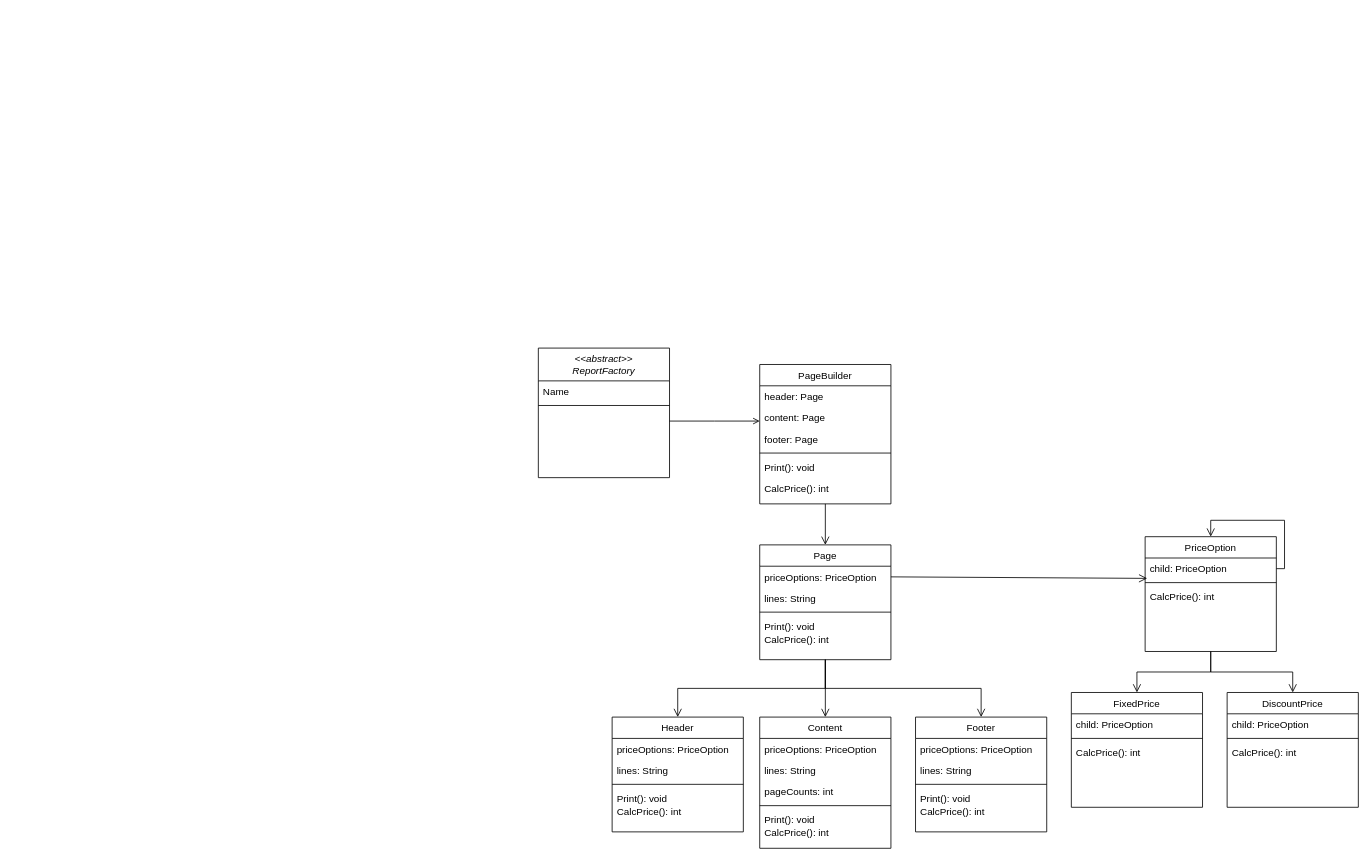
Earlier version of the draw.io diagram ClassDiagram.drawio (psg9790/ReportProgram). Source tidied: cells renumbered, new cells numbered last; positions are measured from the earlier drawing's top-left corner, leaving out a move shared by most shapes. Both pictures are drawn from the tidied source at 82%, with x=0, y=0 at pixel (538, 348).
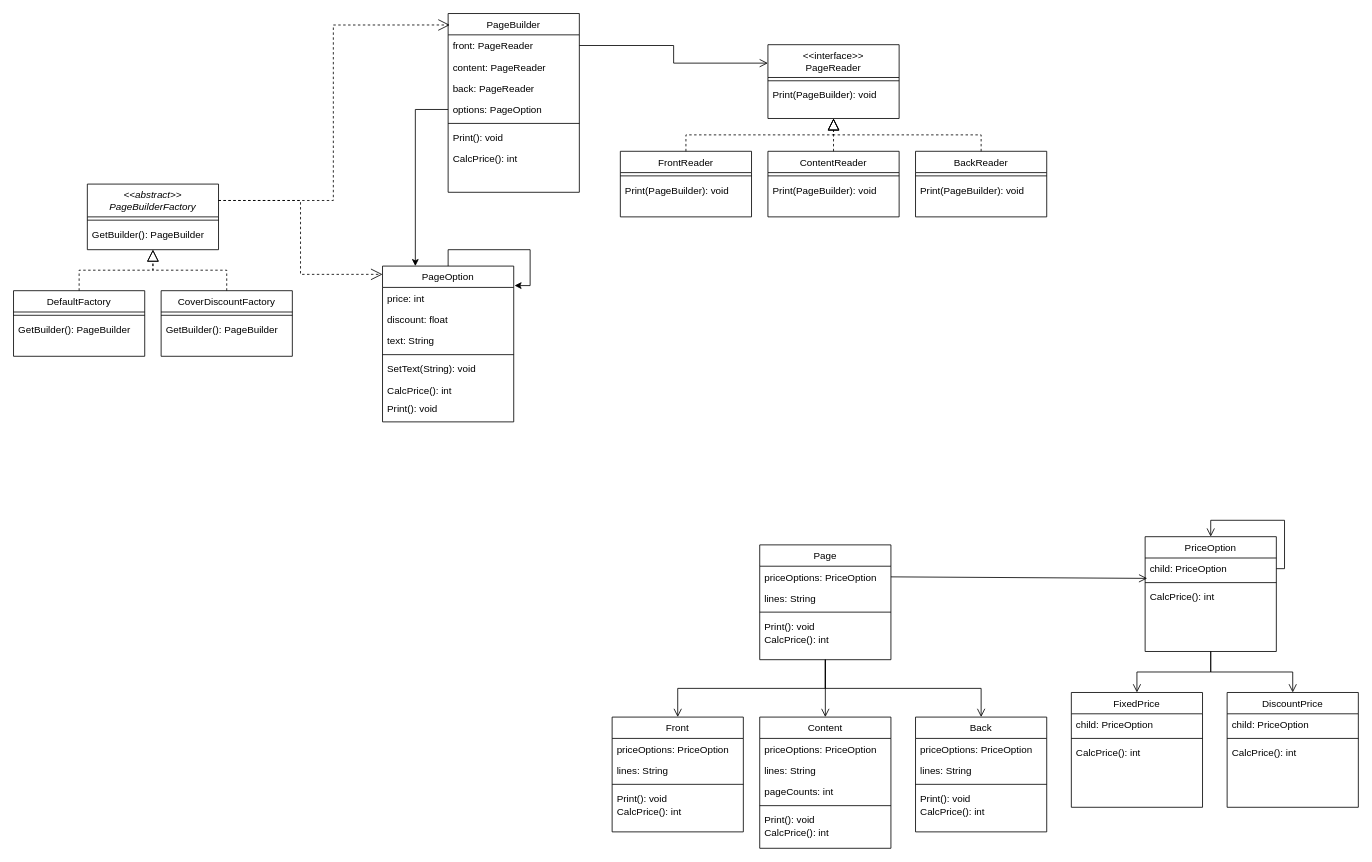
After the change.

The change refers to these unchanged cells:
```xml
<mxCell id="13" value="Page" style="swimlane;fontStyle=0;align=center;verticalAlign=top;horizontal=1;startSize=26;rounded=0;shadow=0;strokeWidth=1;" parent="1" vertex="1">
  <mxGeometry x="270" y="240" width="160" height="140" as="geometry" />
</mxCell>
```

Diff of the diagram source:
```diff
@@
-    <mxCell id="2" value="&lt;&lt;abstract&gt;&gt;&#10;ReportFactory" style="swimlane;fontStyle=2;align=center;verticalAlign=top;horizontal=1;startSize=40;rounded=0;shadow=0;strokeWidth=1;" parent="1" vertex="1">
-      <mxGeometry width="160" height="158" as="geometry" />
+    <mxCell id="2" value="&lt;&lt;abstract&gt;&gt;&#10;PageBuilderFactory" style="swimlane;fontStyle=2;align=center;verticalAlign=top;horizontal=1;startSize=40;rounded=0;shadow=0;strokeWidth=1;" parent="1" vertex="1">
+      <mxGeometry x="-550" y="-200" width="160" height="80" as="geometry" />
     </mxCell>
-    <mxCell id="3" value="Name" style="text;align=left;verticalAlign=top;spacingLeft=4;spacingRight=4;overflow=hidden;" parent="2" vertex="1">
-      <mxGeometry y="40" width="160" height="26" as="geometry" />
-    </mxCell>
     <mxCell id="4" style="line;html=1;strokeWidth=1;align=left;verticalAlign=middle;spacingTop=-1;spacingLeft=3;spacingRight=3;labelPosition=right;" parent="2" vertex="1">
-      <mxGeometry y="66" width="160" height="8" as="geometry" />
+      <mxGeometry y="40" width="160" height="8" as="geometry" />
     </mxCell>
+    <mxCell id="58" value="GetBuilder(): PageBuilder" style="text;align=left;verticalAlign=top;spacingLeft=4;spacingRight=4;overflow=hidden;" parent="2" vertex="1">
+      <mxGeometry y="48" width="160" height="26" as="geometry" />
+    </mxCell>
     <mxCell id="5" value="PageBuilder" style="swimlane;fontStyle=0;align=center;verticalAlign=top;horizontal=1;startSize=26;rounded=0;shadow=0;strokeWidth=1;" parent="1" vertex="1">
-      <mxGeometry x="270" y="20" width="160" height="170" as="geometry" />
+      <mxGeometry x="-110" y="-408" width="160" height="218" as="geometry" />
     </mxCell>
-    <mxCell id="6" value="header: Page" style="text;align=left;verticalAlign=top;spacingLeft=4;spacingRight=4;overflow=hidden;points=[[0,0.5],[1,0.5]];portConstraint=eastwest;" parent="5" vertex="1">
+    <mxCell id="6" value="front: PageReader" style="text;align=left;verticalAlign=top;spacingLeft=4;spacingRight=4;overflow=hidden;points=[[0,0.5],[1,0.5]];portConstraint=eastwest;" parent="5" vertex="1">
       <mxGeometry y="26" width="160" height="26" as="geometry" />
     </mxCell>
-    <mxCell id="7" value="content: Page" style="text;align=left;verticalAlign=top;spacingLeft=4;spacingRight=4;overflow=hidden;rounded=0;shadow=0;html=0;" parent="5" vertex="1">
+    <mxCell id="7" value="content: PageReader" style="text;align=left;verticalAlign=top;spacingLeft=4;spacingRight=4;overflow=hidden;rounded=0;shadow=0;html=0;" parent="5" vertex="1">
       <mxGeometry y="52" width="160" height="26" as="geometry" />
     </mxCell>
-    <mxCell id="8" value="footer: Page" style="text;align=left;verticalAlign=top;spacingLeft=4;spacingRight=4;overflow=hidden;rounded=0;shadow=0;html=0;" parent="5" vertex="1">
+    <mxCell id="8" value="back: PageReader" style="text;align=left;verticalAlign=top;spacingLeft=4;spacingRight=4;overflow=hidden;rounded=0;shadow=0;html=0;" parent="5" vertex="1">
       <mxGeometry y="78" width="160" height="26" as="geometry" />
     </mxCell>
+    <mxCell id="59" value="options: PageOption" style="text;align=left;verticalAlign=top;spacingLeft=4;spacingRight=4;overflow=hidden;points=[[0,0.5],[1,0.5]];portConstraint=eastwest;rounded=0;shadow=0;html=0;" parent="5" vertex="1">
+      <mxGeometry y="104" width="160" height="26" as="geometry" />
+    </mxCell>
     <mxCell id="9" style="line;html=1;strokeWidth=1;align=left;verticalAlign=middle;spacingTop=-1;spacingLeft=3;spacingRight=3;labelPosition=right;" parent="5" vertex="1">
-      <mxGeometry y="104" width="160" height="8" as="geometry" />
+      <mxGeometry y="130" width="160" height="8" as="geometry" />
     </mxCell>
     <mxCell id="10" value="Print(): void" style="text;align=left;verticalAlign=top;spacingLeft=4;spacingRight=4;overflow=hidden;" parent="5" vertex="1">
-      <mxGeometry y="112" width="160" height="26" as="geometry" />
+      <mxGeometry y="138" width="160" height="26" as="geometry" />
     </mxCell>
     <mxCell id="11" value="CalcPrice(): int" style="text;align=left;verticalAlign=top;spacingLeft=4;spacingRight=4;overflow=hidden;" parent="5" vertex="1">
-      <mxGeometry y="138" width="160" height="22" as="geometry" />
+      <mxGeometry y="164" width="160" height="22" as="geometry" />
     </mxCell>
-    <mxCell id="12" style="endArrow=open;shadow=0;strokeWidth=1;rounded=0;endFill=1;edgeStyle=elbowEdgeStyle;elbow=vertical;" parent="1" edge="1" source="2" target="5">
-      <mxGeometry x="0.5" y="41" relative="1" as="geometry">
-        <mxPoint x="-40" y="32" as="offset" />
-      </mxGeometry>
-    </mxCell>
@@
-    <mxCell id="19" value="Header" style="swimlane;fontStyle=0;align=center;verticalAlign=top;horizontal=1;startSize=26;rounded=0;shadow=0;strokeWidth=1;" parent="1" vertex="1">
+    <mxCell id="19" value="Front" style="swimlane;fontStyle=0;align=center;verticalAlign=top;horizontal=1;startSize=26;rounded=0;shadow=0;strokeWidth=1;" parent="1" vertex="1">
       <mxGeometry x="90" y="450" width="160" height="140" as="geometry" />
     </mxCell>
@@
-    <mxCell id="32" value="Footer" style="swimlane;fontStyle=0;align=center;verticalAlign=top;horizontal=1;startSize=26;rounded=0;shadow=0;strokeWidth=1;" parent="1" vertex="1">
+    <mxCell id="32" value="Back" style="swimlane;fontStyle=0;align=center;verticalAlign=top;horizontal=1;startSize=26;rounded=0;shadow=0;strokeWidth=1;" parent="1" vertex="1">
       <mxGeometry x="460" y="450" width="160" height="140" as="geometry" />
     </mxCell>
@@
-    <mxCell id="51" style="endArrow=open;startArrow=none;endFill=0;startFill=0;endSize=8;html=1;verticalAlign=bottom;labelBackgroundColor=none;strokeWidth=1;rounded=0;entryX=0.5;entryY=0;entryDx=0;entryDy=0;exitX=0.5;exitY=1;exitDx=0;exitDy=0;" parent="1" edge="1" source="5" target="13">
-      <mxGeometry relative="1" as="geometry" />
-    </mxCell>
@@
+    <mxCell id="60" value="&lt;&lt;interface&gt;&gt;&#10;PageReader" style="swimlane;fontStyle=0;align=center;verticalAlign=top;horizontal=1;startSize=40;rounded=0;shadow=0;strokeWidth=1;" parent="1" vertex="1">
+      <mxGeometry x="280" y="-370" width="160" height="90" as="geometry" />
+    </mxCell>
+    <mxCell id="61" style="line;html=1;strokeWidth=1;align=left;verticalAlign=middle;spacingTop=-1;spacingLeft=3;spacingRight=3;labelPosition=right;" parent="60" vertex="1">
+      <mxGeometry y="40" width="160" height="8" as="geometry" />
+    </mxCell>
+    <mxCell id="62" value="Print(PageBuilder): void" style="text;align=left;verticalAlign=top;spacingLeft=4;spacingRight=4;overflow=hidden;" parent="60" vertex="1">
+      <mxGeometry y="48" width="160" height="26" as="geometry" />
+    </mxCell>
+    <mxCell id="63" style="endArrow=open;startArrow=none;endFill=0;startFill=0;endSize=8;html=1;verticalAlign=bottom;labelBackgroundColor=none;strokeWidth=1;rounded=0;entryX=0;entryY=0.25;entryDx=0;entryDy=0;exitX=1;exitY=0.5;exitDx=0;exitDy=0;edgeStyle=orthogonalEdgeStyle;" parent="1" edge="1" source="6" target="60">
+      <mxGeometry relative="1" as="geometry" />
+    </mxCell>
+    <mxCell id="64" value="FrontReader" style="swimlane;fontStyle=0;align=center;verticalAlign=top;horizontal=1;startSize=26;rounded=0;shadow=0;strokeWidth=1;" parent="1" vertex="1">
+      <mxGeometry x="100" y="-240" width="160" height="80" as="geometry" />
+    </mxCell>
+    <mxCell id="65" style="line;html=1;strokeWidth=1;align=left;verticalAlign=middle;spacingTop=-1;spacingLeft=3;spacingRight=3;labelPosition=right;" parent="64" vertex="1">
+      <mxGeometry y="26" width="160" height="8" as="geometry" />
+    </mxCell>
+    <mxCell id="66" value="Print(PageBuilder): void" style="text;align=left;verticalAlign=top;spacingLeft=4;spacingRight=4;overflow=hidden;" parent="64" vertex="1">
+      <mxGeometry y="34" width="160" height="26" as="geometry" />
+    </mxCell>
+    <mxCell id="67" value="ContentReader" style="swimlane;fontStyle=0;align=center;verticalAlign=top;horizontal=1;startSize=26;rounded=0;shadow=0;strokeWidth=1;" parent="1" vertex="1">
+      <mxGeometry x="280" y="-240" width="160" height="80" as="geometry" />
+    </mxCell>
+    <mxCell id="68" style="line;html=1;strokeWidth=1;align=left;verticalAlign=middle;spacingTop=-1;spacingLeft=3;spacingRight=3;labelPosition=right;" parent="67" vertex="1">
+      <mxGeometry y="26" width="160" height="8" as="geometry" />
+    </mxCell>
+    <mxCell id="69" value="Print(PageBuilder): void" style="text;align=left;verticalAlign=top;spacingLeft=4;spacingRight=4;overflow=hidden;" parent="67" vertex="1">
+      <mxGeometry y="34" width="160" height="26" as="geometry" />
+    </mxCell>
+    <mxCell id="70" value="BackReader" style="swimlane;fontStyle=0;align=center;verticalAlign=top;horizontal=1;startSize=26;rounded=0;shadow=0;strokeWidth=1;" parent="1" vertex="1">
+      <mxGeometry x="460" y="-240" width="160" height="80" as="geometry" />
+    </mxCell>
+    <mxCell id="71" style="line;html=1;strokeWidth=1;align=left;verticalAlign=middle;spacingTop=-1;spacingLeft=3;spacingRight=3;labelPosition=right;" parent="70" vertex="1">
+      <mxGeometry y="26" width="160" height="8" as="geometry" />
+    </mxCell>
+    <mxCell id="72" value="Print(PageBuilder): void" style="text;align=left;verticalAlign=top;spacingLeft=4;spacingRight=4;overflow=hidden;" parent="70" vertex="1">
+      <mxGeometry y="34" width="160" height="26" as="geometry" />
+    </mxCell>
+    <mxCell id="73" value="PageOption" style="swimlane;fontStyle=0;align=center;verticalAlign=top;horizontal=1;startSize=26;rounded=0;shadow=0;strokeWidth=1;" parent="1" vertex="1">
+      <mxGeometry x="-190" y="-100" width="160" height="190" as="geometry" />
+    </mxCell>
+    <mxCell id="74" value="price: int" style="text;align=left;verticalAlign=top;spacingLeft=4;spacingRight=4;overflow=hidden;" parent="73" vertex="1">
+      <mxGeometry y="26" width="160" height="26" as="geometry" />
+    </mxCell>
+    <mxCell id="75" value="discount: float" style="text;align=left;verticalAlign=top;spacingLeft=4;spacingRight=4;overflow=hidden;rounded=0;shadow=0;html=0;" parent="73" vertex="1">
+      <mxGeometry y="52" width="160" height="26" as="geometry" />
+    </mxCell>
+    <mxCell id="76" value="text: String" style="text;align=left;verticalAlign=top;spacingLeft=4;spacingRight=4;overflow=hidden;rounded=0;shadow=0;html=0;" parent="73" vertex="1">
+      <mxGeometry y="78" width="160" height="26" as="geometry" />
+    </mxCell>
+    <mxCell id="77" style="line;html=1;strokeWidth=1;align=left;verticalAlign=middle;spacingTop=-1;spacingLeft=3;spacingRight=3;labelPosition=right;" parent="73" vertex="1">
+      <mxGeometry y="104" width="160" height="8" as="geometry" />
+    </mxCell>
+    <mxCell id="78" value="SetText(String): void" style="text;align=left;verticalAlign=top;spacingLeft=4;spacingRight=4;overflow=hidden;" parent="73" vertex="1">
+      <mxGeometry y="112" width="160" height="26" as="geometry" />
+    </mxCell>
+    <mxCell id="79" value="CalcPrice(): int" style="text;align=left;verticalAlign=top;spacingLeft=4;spacingRight=4;overflow=hidden;" parent="73" vertex="1">
+      <mxGeometry y="138" width="160" height="22" as="geometry" />
+    </mxCell>
+    <mxCell id="80" value="Print(): void" style="text;align=left;verticalAlign=top;spacingLeft=4;spacingRight=4;overflow=hidden;" parent="73" vertex="1">
+      <mxGeometry y="160" width="160" height="26" as="geometry" />
+    </mxCell>
+    <mxCell id="81" style="endArrow=block;dashed=1;endFill=0;endSize=12;html=1;rounded=0;exitX=0.5;exitY=0;exitDx=0;exitDy=0;entryX=0.5;entryY=1;entryDx=0;entryDy=0;edgeStyle=orthogonalEdgeStyle;" parent="1" edge="1" source="64" target="60">
+      <mxGeometry relative="1" as="geometry" />
+    </mxCell>
+    <mxCell id="82" style="endArrow=block;dashed=1;endFill=0;endSize=12;html=1;rounded=0;exitX=0.5;exitY=0;exitDx=0;exitDy=0;entryX=0.5;entryY=1;entryDx=0;entryDy=0;edgeStyle=orthogonalEdgeStyle;" parent="1" edge="1" source="67" target="60">
+      <mxGeometry relative="1" as="geometry" />
+    </mxCell>
+    <mxCell id="83" style="endArrow=block;dashed=1;endFill=0;endSize=12;html=1;rounded=0;exitX=0.5;exitY=0;exitDx=0;exitDy=0;entryX=0.5;entryY=1;entryDx=0;entryDy=0;edgeStyle=orthogonalEdgeStyle;" parent="1" edge="1" source="70" target="60">
+      <mxGeometry relative="1" as="geometry" />
+    </mxCell>
+    <mxCell id="12" style="endArrow=open;endSize=12;dashed=1;html=1;rounded=0;exitX=1;exitY=0.25;exitDx=0;exitDy=0;entryX=0.013;entryY=0.064;entryDx=0;entryDy=0;entryPerimeter=0;edgeStyle=orthogonalEdgeStyle;" parent="1" edge="1" source="2" target="5">
+      <mxGeometry relative="1" as="geometry" />
+    </mxCell>
+    <mxCell id="84" style="endArrow=open;endSize=12;dashed=1;html=1;rounded=0;edgeStyle=orthogonalEdgeStyle;exitX=1;exitY=0.25;exitDx=0;exitDy=0;entryX=0;entryY=0.053;entryDx=0;entryDy=0;entryPerimeter=0;" parent="1" edge="1" source="2" target="73">
+      <mxGeometry relative="1" as="geometry" />
+    </mxCell>
+    <mxCell id="85" value="DefaultFactory" style="swimlane;fontStyle=0;align=center;verticalAlign=top;horizontal=1;startSize=26;rounded=0;shadow=0;strokeWidth=1;" parent="1" vertex="1">
+      <mxGeometry x="-640" y="-70" width="160" height="80" as="geometry" />
+    </mxCell>
+    <mxCell id="86" style="line;html=1;strokeWidth=1;align=left;verticalAlign=middle;spacingTop=-1;spacingLeft=3;spacingRight=3;labelPosition=right;" parent="85" vertex="1">
+      <mxGeometry y="26" width="160" height="8" as="geometry" />
+    </mxCell>
+    <mxCell id="87" value="GetBuilder(): PageBuilder" style="text;align=left;verticalAlign=top;spacingLeft=4;spacingRight=4;overflow=hidden;" parent="85" vertex="1">
+      <mxGeometry y="34" width="160" height="26" as="geometry" />
+    </mxCell>
+    <mxCell id="88" style="endArrow=block;dashed=1;endFill=0;endSize=12;html=1;rounded=0;exitX=0.5;exitY=0;exitDx=0;exitDy=0;edgeStyle=orthogonalEdgeStyle;entryX=0.5;entryY=1;entryDx=0;entryDy=0;" parent="1" edge="1" source="85" target="2">
+      <mxGeometry relative="1" as="geometry" />
+    </mxCell>
+    <mxCell id="89" value="CoverDiscountFactory" style="swimlane;fontStyle=0;align=center;verticalAlign=top;horizontal=1;startSize=26;rounded=0;shadow=0;strokeWidth=1;" parent="1" vertex="1">
+      <mxGeometry x="-460" y="-70" width="160" height="80" as="geometry" />
+    </mxCell>
+    <mxCell id="90" style="line;html=1;strokeWidth=1;align=left;verticalAlign=middle;spacingTop=-1;spacingLeft=3;spacingRight=3;labelPosition=right;" parent="89" vertex="1">
+      <mxGeometry y="26" width="160" height="8" as="geometry" />
+    </mxCell>
+    <mxCell id="91" value="GetBuilder(): PageBuilder" style="text;align=left;verticalAlign=top;spacingLeft=4;spacingRight=4;overflow=hidden;" parent="89" vertex="1">
+      <mxGeometry y="34" width="160" height="26" as="geometry" />
+    </mxCell>
+    <mxCell id="92" style="endArrow=block;dashed=1;endFill=0;endSize=12;html=1;rounded=0;exitX=0.5;exitY=0;exitDx=0;exitDy=0;edgeStyle=orthogonalEdgeStyle;entryX=0.5;entryY=1;entryDx=0;entryDy=0;" parent="1" edge="1" source="89" target="2">
+      <mxGeometry relative="1" as="geometry" />
+    </mxCell>
+    <mxCell id="93" style="edgeStyle=orthogonalEdgeStyle;rounded=0;orthogonalLoop=1;jettySize=auto;html=1;exitX=0.5;exitY=0;exitDx=0;exitDy=0;entryX=1.006;entryY=0.125;entryDx=0;entryDy=0;entryPerimeter=0;" parent="1" edge="1" source="73" target="73">
+      <mxGeometry relative="1" as="geometry" />
+    </mxCell>
+    <mxCell id="94" style="edgeStyle=orthogonalEdgeStyle;rounded=0;jettySize=auto;html=1;exitX=0;exitY=0.5;exitDx=0;exitDy=0;entryX=0.25;entryY=0;entryDx=0;entryDy=0;" parent="1" edge="1" source="59" target="73">
+      <mxGeometry relative="1" as="geometry" />
+    </mxCell>
```
